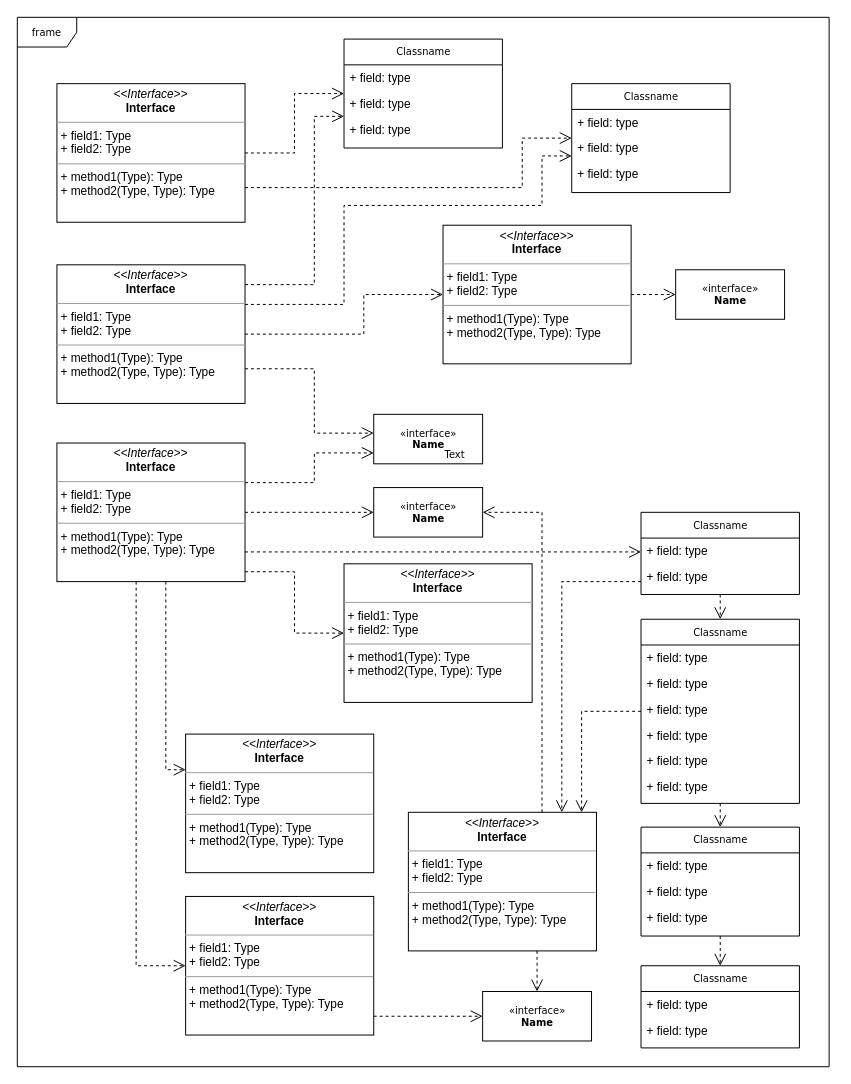
Yassinean/School-Web keeps this draw.io diagram as images/Diagramme sans nom.drawio. Above is the earlier version. Source tidied: cells renumbered, new cells numbered last; positions are measured from the earlier drawing's top-left corner, leaving out a move shared by most shapes. Both pictures are drawn from the tidied source at 99%, with x=0, y=0 at pixel (17, 17).
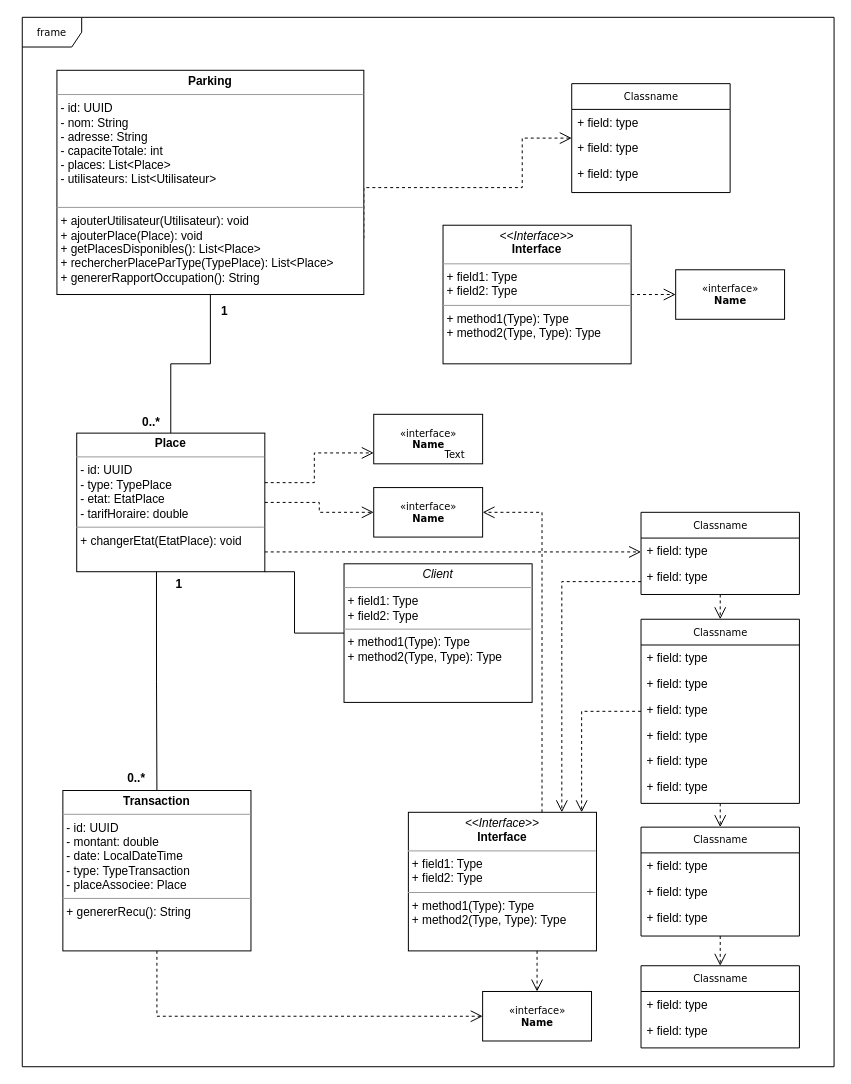
The same diagram, later.

Commit message:
diagramme de classe fil rouge

Unchanged cells that the change refers to:
```xml
<mxCell id="16" value="Classname" style="swimlane;html=1;fontStyle=0;horizontal=1;startSize=26;fillColor=none;swimlaneFillColor=#ffffff;rounded=0;shadow=0;comic=0;labelBackgroundColor=none;strokeWidth=1;fontFamily=Verdana;fontSize=10;align=center;" parent="1" vertex="1">
  <mxGeometry x="560" y="67" width="160" height="110" as="geometry" />
</mxCell>
<mxCell id="41" value="&amp;laquo;interface&amp;raquo;&lt;br&gt;&lt;b&gt;Name&lt;/b&gt;" style="html=1;rounded=0;shadow=0;comic=0;labelBackgroundColor=none;strokeWidth=1;fontFamily=Verdana;fontSize=10;align=center;" parent="1" vertex="1">
  <mxGeometry x="360" y="401" width="110" height="50" as="geometry" />
</mxCell>
<mxCell id="43" value="&lt;p style=&quot;margin:0px;margin-top:4px;text-align:center;&quot;&gt;&lt;i&gt;&amp;lt;&amp;lt;Interface&amp;gt;&amp;gt;&lt;/i&gt;&lt;br/&gt;&lt;b&gt;Interface&lt;/b&gt;&lt;/p&gt;&lt;hr size=&quot;1&quot;/&gt;&lt;p style=&quot;margin:0px;margin-left:4px;&quot;&gt;+ field1: Type&lt;br/&gt;+ field2: Type&lt;/p&gt;&lt;hr size=&quot;1&quot;/&gt;&lt;p style=&quot;margin:0px;margin-left:4px;&quot;&gt;+ method1(Type): Type&lt;br/&gt;+ method2(Type, Type): Type&lt;/p&gt;" style="verticalAlign=top;align=left;overflow=fill;fontSize=12;fontFamily=Helvetica;html=1;rounded=0;shadow=0;comic=0;labelBackgroundColor=none;strokeWidth=1;" parent="1" vertex="1">
  <mxGeometry x="430" y="210" width="190" height="140" as="geometry" />
</mxCell>
```

Change to the diagram source:
```diff
@@
     <mxCell id="2" value="frame" style="shape=umlFrame;whiteSpace=wrap;html=1;rounded=0;shadow=0;comic=0;labelBackgroundColor=none;strokeWidth=1;fontFamily=Verdana;fontSize=10;align=center;" parent="1" vertex="1">
-      <mxGeometry width="820" height="1060" as="geometry" />
+      <mxGeometry x="5" width="820" height="1060" as="geometry" />
     </mxCell>
@@
-    <mxCell id="12" value="Classname" style="swimlane;html=1;fontStyle=0;horizontal=1;startSize=26;fillColor=none;swimlaneFillColor=#ffffff;rounded=0;shadow=0;comic=0;labelBackgroundColor=none;strokeWidth=1;fontFamily=Verdana;fontSize=10;align=center;" parent="1" vertex="1">
-      <mxGeometry x="330" y="22" width="160" height="110" as="geometry" />
-    </mxCell>
-    <mxCell id="13" value="+ field: type" style="text;html=1;strokeColor=none;fillColor=none;align=left;verticalAlign=top;spacingLeft=4;spacingRight=4;whiteSpace=wrap;overflow=hidden;" parent="12" vertex="1">
-      <mxGeometry y="26" width="160" height="26" as="geometry" />
-    </mxCell>
-    <mxCell id="14" value="+ field: type" style="text;html=1;strokeColor=none;fillColor=none;align=left;verticalAlign=top;spacingLeft=4;spacingRight=4;whiteSpace=wrap;overflow=hidden;" parent="12" vertex="1">
-      <mxGeometry y="52" width="160" height="26" as="geometry" />
-    </mxCell>
-    <mxCell id="15" value="+ field: type" style="text;html=1;strokeColor=none;fillColor=none;align=left;verticalAlign=top;spacingLeft=4;spacingRight=4;whiteSpace=wrap;overflow=hidden;" parent="12" vertex="1">
-      <mxGeometry y="78" width="160" height="26" as="geometry" />
-    </mxCell>
@@
-    <mxCell id="36" value="&lt;p style=&quot;margin:0px;margin-top:4px;text-align:center;&quot;&gt;&lt;i&gt;&amp;lt;&amp;lt;Interface&amp;gt;&amp;gt;&lt;/i&gt;&lt;br/&gt;&lt;b&gt;Interface&lt;/b&gt;&lt;/p&gt;&lt;hr size=&quot;1&quot;/&gt;&lt;p style=&quot;margin:0px;margin-left:4px;&quot;&gt;+ field1: Type&lt;br/&gt;+ field2: Type&lt;/p&gt;&lt;hr size=&quot;1&quot;/&gt;&lt;p style=&quot;margin:0px;margin-left:4px;&quot;&gt;+ method1(Type): Type&lt;br/&gt;+ method2(Type, Type): Type&lt;/p&gt;" style="verticalAlign=top;align=left;overflow=fill;fontSize=12;fontFamily=Helvetica;html=1;rounded=0;shadow=0;comic=0;labelBackgroundColor=none;strokeWidth=1;" parent="1" vertex="1">
+    <mxCell id="36" value="&lt;p style=&quot;margin:0px;margin-top:4px;text-align:center;&quot;&gt;&lt;i&gt;Client&lt;/i&gt;&lt;/p&gt;&lt;hr size=&quot;1&quot;&gt;&lt;p style=&quot;margin:0px;margin-left:4px;&quot;&gt;+ field1: Type&lt;br&gt;+ field2: Type&lt;/p&gt;&lt;hr size=&quot;1&quot;&gt;&lt;p style=&quot;margin:0px;margin-left:4px;&quot;&gt;+ method1(Type): Type&lt;br&gt;+ method2(Type, Type): Type&lt;/p&gt;" style="verticalAlign=top;align=left;overflow=fill;fontSize=12;fontFamily=Helvetica;html=1;rounded=0;shadow=0;comic=0;labelBackgroundColor=none;strokeWidth=1;" parent="1" vertex="1">
       <mxGeometry x="330" y="552" width="190" height="140" as="geometry" />
     </mxCell>
@@
-    <mxCell id="38" value="&lt;p style=&quot;margin:0px;margin-top:4px;text-align:center;&quot;&gt;&lt;i&gt;&amp;lt;&amp;lt;Interface&amp;gt;&amp;gt;&lt;/i&gt;&lt;br/&gt;&lt;b&gt;Interface&lt;/b&gt;&lt;/p&gt;&lt;hr size=&quot;1&quot;/&gt;&lt;p style=&quot;margin:0px;margin-left:4px;&quot;&gt;+ field1: Type&lt;br/&gt;+ field2: Type&lt;/p&gt;&lt;hr size=&quot;1&quot;/&gt;&lt;p style=&quot;margin:0px;margin-left:4px;&quot;&gt;+ method1(Type): Type&lt;br/&gt;+ method2(Type, Type): Type&lt;/p&gt;" style="verticalAlign=top;align=left;overflow=fill;fontSize=12;fontFamily=Helvetica;html=1;rounded=0;shadow=0;comic=0;labelBackgroundColor=none;strokeWidth=1;" parent="1" vertex="1">
-      <mxGeometry x="170" y="888" width="190" height="140" as="geometry" />
+    <mxCell id="38" value="&lt;p style=&quot;margin:0px;margin-top:4px;text-align:center;&quot;&gt;&lt;b&gt;Transaction&lt;/b&gt;&lt;/p&gt;&lt;hr size=&quot;1&quot;&gt;&lt;p style=&quot;margin:0px;margin-left:4px;&quot;&gt;- id: UUID&lt;/p&gt;&lt;p style=&quot;margin:0px;margin-left:4px;&quot;&gt;- montant: double&lt;/p&gt;&lt;p style=&quot;margin:0px;margin-left:4px;&quot;&gt;- date: LocalDateTime&lt;/p&gt;&lt;p style=&quot;margin:0px;margin-left:4px;&quot;&gt;- type: TypeTransaction&lt;/p&gt;&lt;p style=&quot;margin:0px;margin-left:4px;&quot;&gt;&lt;span style=&quot;background-color: initial;&quot;&gt;- placeAssociee: Place&lt;/span&gt;&lt;/p&gt;&lt;hr size=&quot;1&quot;&gt;&lt;p style=&quot;margin:0px;margin-left:4px;&quot;&gt;+ genererRecu(): String&lt;/p&gt;" style="verticalAlign=top;align=left;overflow=fill;fontSize=12;fontFamily=Helvetica;html=1;rounded=0;shadow=0;comic=0;labelBackgroundColor=none;strokeWidth=1;" parent="1" vertex="1">
+      <mxGeometry x="46" y="781" width="190" height="162" as="geometry" />
     </mxCell>
-    <mxCell id="39" value="&lt;p style=&quot;margin:0px;margin-top:4px;text-align:center;&quot;&gt;&lt;i&gt;&amp;lt;&amp;lt;Interface&amp;gt;&amp;gt;&lt;/i&gt;&lt;br/&gt;&lt;b&gt;Interface&lt;/b&gt;&lt;/p&gt;&lt;hr size=&quot;1&quot;/&gt;&lt;p style=&quot;margin:0px;margin-left:4px;&quot;&gt;+ field1: Type&lt;br/&gt;+ field2: Type&lt;/p&gt;&lt;hr size=&quot;1&quot;/&gt;&lt;p style=&quot;margin:0px;margin-left:4px;&quot;&gt;+ method1(Type): Type&lt;br/&gt;+ method2(Type, Type): Type&lt;/p&gt;" style="verticalAlign=top;align=left;overflow=fill;fontSize=12;fontFamily=Helvetica;html=1;rounded=0;shadow=0;comic=0;labelBackgroundColor=none;strokeWidth=1;" parent="1" vertex="1">
-      <mxGeometry x="170" y="724" width="190" height="140" as="geometry" />
-    </mxCell>
@@
-    <mxCell id="46" style="edgeStyle=orthogonalEdgeStyle;rounded=0;html=1;labelBackgroundColor=none;startFill=0;endArrow=open;endFill=0;endSize=10;fontFamily=Verdana;fontSize=10;dashed=1;" parent="1" edge="1" source="48" target="12">
-      <mxGeometry relative="1" as="geometry" />
-    </mxCell>
@@
+    <mxCell id="62" style="edgeStyle=orthogonalEdgeStyle;rounded=0;jettySize=auto;html=1;exitX=0.5;exitY=1;exitDx=0;exitDy=0;endArrow=none;endFill=0;" parent="1" edge="1" source="48" target="60">
+      <mxGeometry relative="1" as="geometry" />
+    </mxCell>
-    <mxCell id="48" value="&lt;p style=&quot;margin:0px;margin-top:4px;text-align:center;&quot;&gt;&lt;i&gt;&amp;lt;&amp;lt;Interface&amp;gt;&amp;gt;&lt;/i&gt;&lt;br/&gt;&lt;b&gt;Interface&lt;/b&gt;&lt;/p&gt;&lt;hr size=&quot;1&quot;/&gt;&lt;p style=&quot;margin:0px;margin-left:4px;&quot;&gt;+ field1: Type&lt;br/&gt;+ field2: Type&lt;/p&gt;&lt;hr size=&quot;1&quot;/&gt;&lt;p style=&quot;margin:0px;margin-left:4px;&quot;&gt;+ method1(Type): Type&lt;br/&gt;+ method2(Type, Type): Type&lt;/p&gt;" style="verticalAlign=top;align=left;overflow=fill;fontSize=12;fontFamily=Helvetica;html=1;rounded=0;shadow=0;comic=0;labelBackgroundColor=none;strokeWidth=1;" parent="1" vertex="1">
-      <mxGeometry x="40" y="67" width="190" height="140" as="geometry" />
+    <mxCell id="48" value="&lt;p style=&quot;margin: 4px 0px 0px; text-align: center;&quot;&gt;&lt;b&gt;Parking&lt;/b&gt;&lt;/p&gt;&lt;hr size=&quot;1&quot;&gt;&lt;p style=&quot;margin:0px;margin-left:4px;&quot;&gt;- id: UUID&lt;/p&gt;&lt;p style=&quot;margin:0px;margin-left:4px;&quot;&gt;- nom: String&lt;/p&gt;&lt;p style=&quot;margin:0px;margin-left:4px;&quot;&gt;- adresse: String&amp;nbsp;&amp;nbsp;&lt;/p&gt;&lt;p style=&quot;margin:0px;margin-left:4px;&quot;&gt;- capaciteTotale: int&lt;/p&gt;&lt;p style=&quot;margin:0px;margin-left:4px;&quot;&gt;- places: List&amp;lt;Place&amp;gt;&lt;/p&gt;&lt;p style=&quot;margin:0px;margin-left:4px;&quot;&gt;- utilisateurs: List&amp;lt;Utilisateur&amp;gt;&lt;/p&gt;&lt;p style=&quot;margin:0px;margin-left:4px;&quot;&gt;&lt;br&gt;&lt;/p&gt;&lt;hr size=&quot;1&quot;&gt;&lt;p style=&quot;margin:0px;margin-left:4px;&quot;&gt;+ ajouterUtilisateur(Utilisateur): void&amp;nbsp;&lt;/p&gt;&lt;p style=&quot;margin:0px;margin-left:4px;&quot;&gt;+ ajouterPlace(Place): void&lt;/p&gt;&lt;p style=&quot;margin:0px;margin-left:4px;&quot;&gt;+ getPlacesDisponibles(): List&amp;lt;Place&amp;gt;&lt;/p&gt;&lt;p style=&quot;margin:0px;margin-left:4px;&quot;&gt;+ rechercherPlaceParType(TypePlace): List&amp;lt;Place&amp;gt;&lt;/p&gt;&lt;p style=&quot;margin:0px;margin-left:4px;&quot;&gt;+ genererRapportOccupation(): String&amp;nbsp;&lt;/p&gt;" style="verticalAlign=top;align=left;overflow=fill;fontSize=12;fontFamily=Helvetica;html=1;rounded=0;shadow=0;comic=0;labelBackgroundColor=none;strokeWidth=1;" parent="1" vertex="1">
+      <mxGeometry x="40" y="53.5" width="310" height="226.5" as="geometry" />
     </mxCell>
-    <mxCell id="49" style="edgeStyle=orthogonalEdgeStyle;rounded=0;html=1;dashed=1;labelBackgroundColor=none;startFill=0;endArrow=open;endFill=0;endSize=10;fontFamily=Verdana;fontSize=10;" parent="1" edge="1" source="53" target="12">
-      <mxGeometry relative="1" as="geometry">
-        <Array as="points">
-          <mxPoint x="300" y="270" />
-          <mxPoint x="300" y="100" />
-        </Array>
-      </mxGeometry>
-    </mxCell>
-    <mxCell id="50" style="edgeStyle=orthogonalEdgeStyle;rounded=0;html=1;dashed=1;labelBackgroundColor=none;startFill=0;endArrow=open;endFill=0;endSize=10;fontFamily=Verdana;fontSize=10;" parent="1" edge="1" source="53" target="16">
-      <mxGeometry relative="1" as="geometry">
-        <Array as="points">
-          <mxPoint x="330" y="290" />
-          <mxPoint x="330" y="190" />
-          <mxPoint x="530" y="190" />
-          <mxPoint x="530" y="140" />
-        </Array>
-      </mxGeometry>
-    </mxCell>
-    <mxCell id="51" style="edgeStyle=orthogonalEdgeStyle;rounded=0;html=1;dashed=1;labelBackgroundColor=none;startFill=0;endArrow=open;endFill=0;endSize=10;fontFamily=Verdana;fontSize=10;" parent="1" edge="1" source="53" target="43">
-      <mxGeometry relative="1" as="geometry">
-        <Array as="points">
-          <mxPoint x="350" y="320" />
-          <mxPoint x="350" y="280" />
-        </Array>
-      </mxGeometry>
-    </mxCell>
-    <mxCell id="52" style="edgeStyle=orthogonalEdgeStyle;rounded=0;html=1;exitX=1;exitY=0.75;dashed=1;labelBackgroundColor=none;startFill=0;endArrow=open;endFill=0;endSize=10;fontFamily=Verdana;fontSize=10;" parent="1" edge="1" source="53" target="41">
-      <mxGeometry relative="1" as="geometry">
-        <Array as="points">
-          <mxPoint x="300" y="355" />
-          <mxPoint x="300" y="420" />
-        </Array>
-      </mxGeometry>
-    </mxCell>
-    <mxCell id="53" value="&lt;p style=&quot;margin:0px;margin-top:4px;text-align:center;&quot;&gt;&lt;i&gt;&amp;lt;&amp;lt;Interface&amp;gt;&amp;gt;&lt;/i&gt;&lt;br/&gt;&lt;b&gt;Interface&lt;/b&gt;&lt;/p&gt;&lt;hr size=&quot;1&quot;/&gt;&lt;p style=&quot;margin:0px;margin-left:4px;&quot;&gt;+ field1: Type&lt;br/&gt;+ field2: Type&lt;/p&gt;&lt;hr size=&quot;1&quot;/&gt;&lt;p style=&quot;margin:0px;margin-left:4px;&quot;&gt;+ method1(Type): Type&lt;br/&gt;+ method2(Type, Type): Type&lt;/p&gt;" style="verticalAlign=top;align=left;overflow=fill;fontSize=12;fontFamily=Helvetica;html=1;rounded=0;shadow=0;comic=0;labelBackgroundColor=none;strokeWidth=1;" parent="1" vertex="1">
-      <mxGeometry x="40" y="250" width="190" height="140" as="geometry" />
-    </mxCell>
@@
-    <mxCell id="56" style="edgeStyle=orthogonalEdgeStyle;rounded=0;html=1;dashed=1;labelBackgroundColor=none;startFill=0;endArrow=open;endFill=0;endSize=10;fontFamily=Verdana;fontSize=10;" parent="1" edge="1" source="60" target="36">
+    <mxCell id="56" style="edgeStyle=orthogonalEdgeStyle;rounded=0;html=1;labelBackgroundColor=none;startFill=0;endArrow=none;endFill=0;endSize=10;fontFamily=Verdana;fontSize=10;" parent="1" edge="1" source="60" target="36">
       <mxGeometry relative="1" as="geometry">
         <Array as="points">
           <mxPoint x="280" y="560" />
           <mxPoint x="280" y="622" />
         </Array>
       </mxGeometry>
     </mxCell>
@@
-    <mxCell id="58" style="edgeStyle=orthogonalEdgeStyle;rounded=0;html=1;dashed=1;labelBackgroundColor=none;startFill=0;endArrow=open;endFill=0;endSize=10;fontFamily=Verdana;fontSize=10;" parent="1" edge="1" source="60" target="39">
-      <mxGeometry relative="1" as="geometry">
-        <Array as="points">
-          <mxPoint x="150" y="760" />
-        </Array>
-      </mxGeometry>
-    </mxCell>
-    <mxCell id="59" style="edgeStyle=orthogonalEdgeStyle;rounded=0;html=1;dashed=1;labelBackgroundColor=none;startFill=0;endArrow=open;endFill=0;endSize=10;fontFamily=Verdana;fontSize=10;" parent="1" edge="1" source="60" target="38">
-      <mxGeometry relative="1" as="geometry">
-        <Array as="points">
-          <mxPoint x="120" y="958" />
-        </Array>
-      </mxGeometry>
+    <mxCell id="59" style="edgeStyle=orthogonalEdgeStyle;rounded=0;html=1;labelBackgroundColor=none;startFill=0;endArrow=none;endFill=0;endSize=10;fontFamily=Verdana;fontSize=10;exitX=0.424;exitY=0.991;exitDx=0;exitDy=0;exitPerimeter=0;" parent="1" edge="1" source="60" target="38">
+      <mxGeometry relative="1" as="geometry" />
     </mxCell>
-    <mxCell id="60" value="&lt;p style=&quot;margin:0px;margin-top:4px;text-align:center;&quot;&gt;&lt;i&gt;&amp;lt;&amp;lt;Interface&amp;gt;&amp;gt;&lt;/i&gt;&lt;br/&gt;&lt;b&gt;Interface&lt;/b&gt;&lt;/p&gt;&lt;hr size=&quot;1&quot;/&gt;&lt;p style=&quot;margin:0px;margin-left:4px;&quot;&gt;+ field1: Type&lt;br/&gt;+ field2: Type&lt;/p&gt;&lt;hr size=&quot;1&quot;/&gt;&lt;p style=&quot;margin:0px;margin-left:4px;&quot;&gt;+ method1(Type): Type&lt;br/&gt;+ method2(Type, Type): Type&lt;/p&gt;" style="verticalAlign=top;align=left;overflow=fill;fontSize=12;fontFamily=Helvetica;html=1;rounded=0;shadow=0;comic=0;labelBackgroundColor=none;strokeWidth=1;" parent="1" vertex="1">
-      <mxGeometry x="40" y="430" width="190" height="140" as="geometry" />
+    <mxCell id="60" value="&lt;p style=&quot;margin:0px;margin-top:4px;text-align:center;&quot;&gt;&lt;b&gt;Place&lt;/b&gt;&lt;/p&gt;&lt;hr size=&quot;1&quot;&gt;&lt;p style=&quot;margin:0px;margin-left:4px;&quot;&gt;- id: UUID&lt;/p&gt;&lt;p style=&quot;margin:0px;margin-left:4px;&quot;&gt;- type: TypePlace&lt;/p&gt;&lt;p style=&quot;margin:0px;margin-left:4px;&quot;&gt;- etat: EtatPlace&lt;/p&gt;&lt;p style=&quot;margin:0px;margin-left:4px;&quot;&gt;- tarifHoraire: double&lt;/p&gt;&lt;hr size=&quot;1&quot;&gt;&lt;p style=&quot;margin:0px;margin-left:4px;&quot;&gt;+&lt;span style=&quot;background-color: initial;&quot;&gt;&amp;nbsp;changerEtat(EtatPlace): void&lt;/span&gt;&lt;/p&gt;" style="verticalAlign=top;align=left;overflow=fill;fontSize=12;fontFamily=Helvetica;html=1;rounded=0;shadow=0;comic=0;labelBackgroundColor=none;strokeWidth=1;" parent="1" vertex="1">
+      <mxGeometry x="60" y="420" width="190" height="140" as="geometry" />
     </mxCell>
@@
+    <mxCell id="63" value="&lt;font style=&quot;font-size: 12px;&quot;&gt;0..*&lt;/font&gt;" style="text;strokeColor=none;fillColor=none;html=1;fontSize=24;fontStyle=1;verticalAlign=middle;align=center;" parent="1" vertex="1">
+      <mxGeometry x="115" y="390" width="40" height="30" as="geometry" />
+    </mxCell>
+    <mxCell id="64" value="&lt;font style=&quot;font-size: 12px;&quot;&gt;1&lt;/font&gt;" style="text;strokeColor=none;fillColor=none;html=1;fontSize=24;fontStyle=1;verticalAlign=middle;align=center;" parent="1" vertex="1">
+      <mxGeometry x="189" y="278" width="40" height="30" as="geometry" />
+    </mxCell>
+    <mxCell id="65" value="&lt;font style=&quot;font-size: 12px;&quot;&gt;0..*&lt;/font&gt;" style="text;strokeColor=none;fillColor=none;html=1;fontSize=24;fontStyle=1;verticalAlign=middle;align=center;" parent="1" vertex="1">
+      <mxGeometry x="100" y="750" width="40" height="30" as="geometry" />
+    </mxCell>
+    <mxCell id="66" value="&lt;font style=&quot;font-size: 12px;&quot;&gt;1&lt;/font&gt;" style="text;strokeColor=none;fillColor=none;html=1;fontSize=24;fontStyle=1;verticalAlign=middle;align=center;" parent="1" vertex="1">
+      <mxGeometry x="143" y="554" width="40" height="30" as="geometry" />
+    </mxCell>
```
